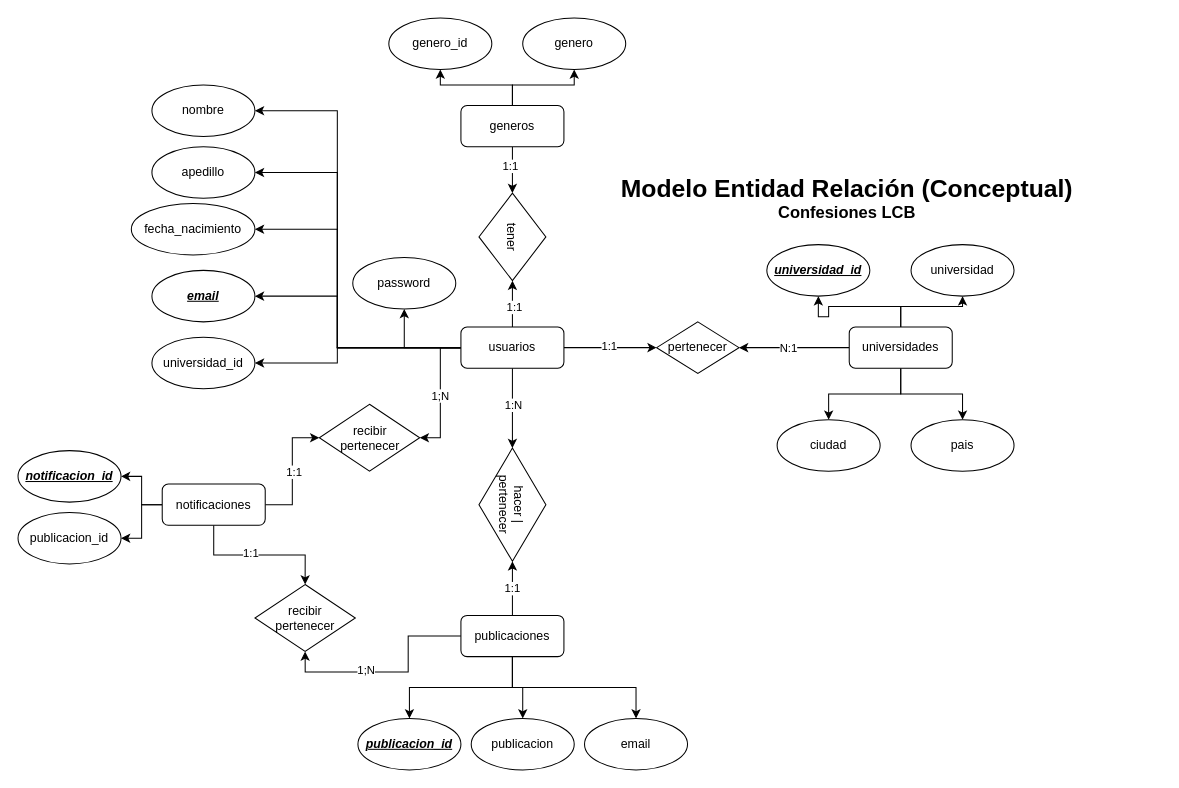
Above: Modelo_RL_confesionesLCB.drawio in sergioromero2k/2K_CodeConfessionsLCB (draw.io), before the change. Source tidied: cells renumbered, new cells numbered last; positions are measured from the earlier drawing's top-left corner, leaving out a move shared by most shapes. Both pictures are drawn from the tidied source at 103%, with x=0, y=0 at pixel (18, 18).
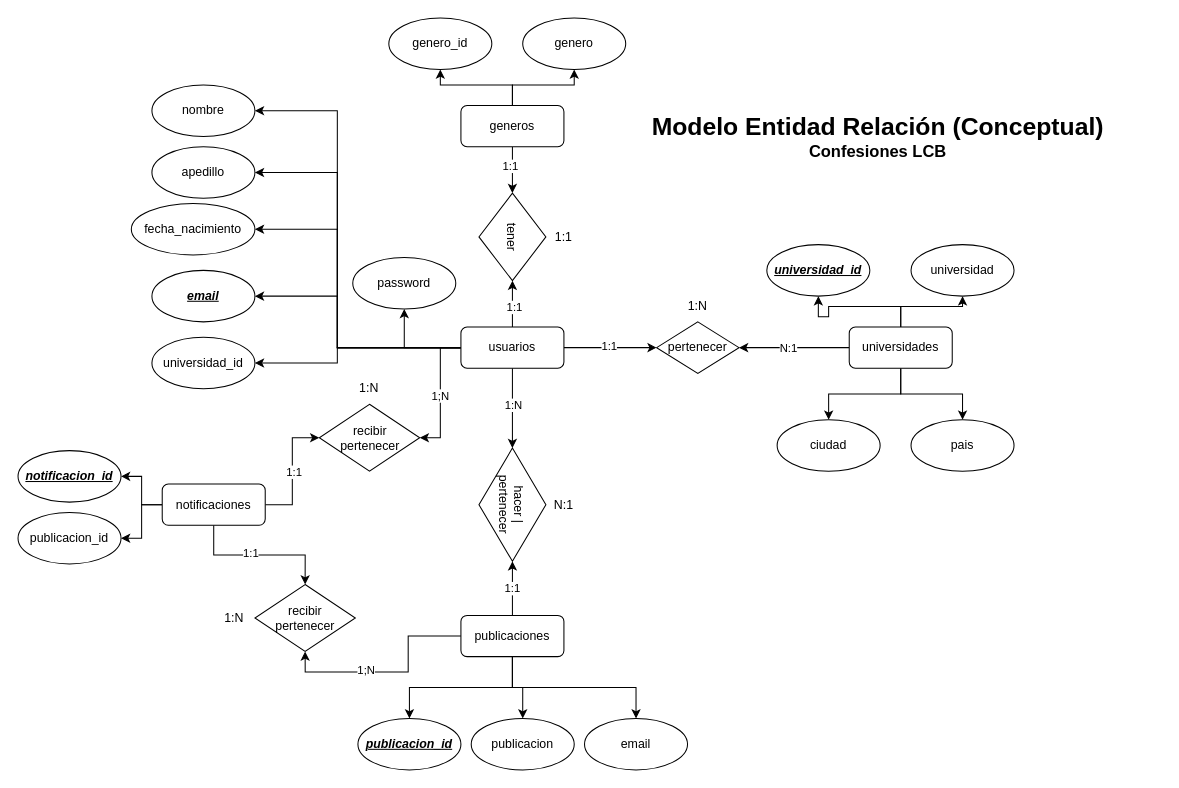
The same page after the edit.

Change to the diagram source:
```diff
@@
     <mxCell id="58" value="&lt;b&gt;&lt;font style=&quot;font-size: 24px;&quot;&gt;Modelo Entidad Relación (Conceptual)&lt;/font&gt;&lt;/b&gt;&lt;div&gt;&lt;b&gt;&lt;font size=&quot;3&quot; style=&quot;&quot;&gt;Confesiones LCB&lt;/font&gt;&lt;/b&gt;&lt;/div&gt;" style="text;html=1;align=center;verticalAlign=middle;whiteSpace=wrap;rounded=0;" parent="1" vertex="1">
-      <mxGeometry x="530" y="160" width="550" height="30" as="geometry" />
+      <mxGeometry x="560" y="100" width="550" height="30" as="geometry" />
     </mxCell>
@@
+    <mxCell id="67" value="1:1" style="text;html=1;align=center;verticalAlign=middle;whiteSpace=wrap;rounded=0;" parent="1" vertex="1">
+      <mxGeometry x="500" y="197.5" width="60" height="30" as="geometry" />
+    </mxCell>
+    <mxCell id="68" value="1:N" style="text;html=1;align=center;verticalAlign=middle;whiteSpace=wrap;rounded=0;" parent="1" vertex="1">
+      <mxGeometry x="311.2" y="345" width="60" height="30" as="geometry" />
+    </mxCell>
+    <mxCell id="69" value="N:1" style="text;html=1;align=center;verticalAlign=middle;whiteSpace=wrap;rounded=0;" parent="1" vertex="1">
+      <mxGeometry x="500" y="457.5" width="60" height="30" as="geometry" />
+    </mxCell>
+    <mxCell id="70" value="1:N" style="text;html=1;align=center;verticalAlign=middle;whiteSpace=wrap;rounded=0;" parent="1" vertex="1">
+      <mxGeometry x="180" y="567.5" width="60" height="30" as="geometry" />
+    </mxCell>
+    <mxCell id="71" value="1:N" style="text;html=1;align=center;verticalAlign=middle;whiteSpace=wrap;rounded=0;" parent="1" vertex="1">
+      <mxGeometry x="630" y="265" width="60" height="30" as="geometry" />
+    </mxCell>
```
